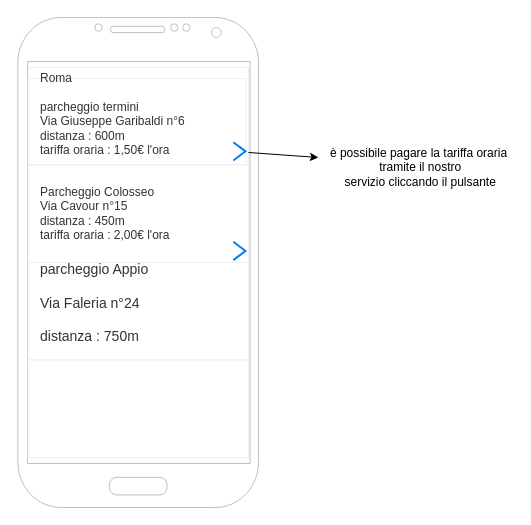
Before: Wireframe.drawio in Marcociocci/2020-21-webdesign-verifica, a draw.io diagram. Source tidied: cells renumbered, new cells numbered last; positions are measured from the earlier drawing's top-left corner, leaving out a move shared by most shapes. Both pictures are drawn from the tidied source at 100%, with x=0, y=0 at pixel (17, 17).
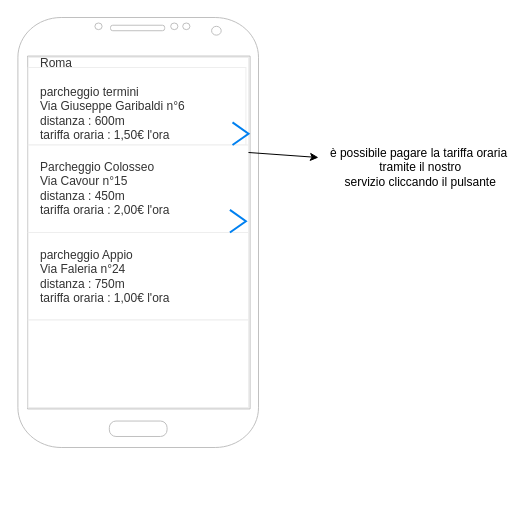
The same page after the edit.

Change to the diagram source:
```diff
@@
 <mxGraphModel>
   <root>
     <mxCell id="0" />
     <mxCell id="1" parent="0" />
     <mxCell id="2" style="verticalLabelPosition=bottom;verticalAlign=top;html=1;shadow=0;dashed=0;strokeWidth=1;shape=mxgraph.android.phone2;strokeColor=#c0c0c0;" parent="1" vertex="1">
-      <mxGeometry x="0.4" width="240.6" height="490" as="geometry" />
+      <mxGeometry x="0.4" width="240.6" height="430" as="geometry" />
     </mxCell>
     <mxCell id="3" style="strokeWidth=1;html=1;shadow=0;dashed=0;shape=mxgraph.android.rrect;rSize=0;strokeColor=#eeeeee;fillColor=#ffffff;gradientColor=none;" parent="1" vertex="1">
-      <mxGeometry x="10.7" y="50" width="220.3" height="390" as="geometry" />
+      <mxGeometry x="10.7" y="40" width="220.3" height="350" as="geometry" />
     </mxCell>
     <mxCell id="4" value="&lt;font style=&quot;font-size: 12px&quot;&gt;Roma&lt;br&gt;&lt;br&gt;parcheggio termini&lt;br&gt;Via Giuseppe Garibaldi n°6&lt;br&gt;distanza : 600m&lt;br&gt;tariffa oraria : 1,50€ l'ora&amp;nbsp;&lt;br&gt;&lt;br&gt;&lt;/font&gt;" style="strokeColor=inherit;fillColor=inherit;gradientColor=inherit;strokeWidth=1;html=1;shadow=0;dashed=0;shape=mxgraph.android.rrect;rSize=0;align=left;spacingLeft=10;fontSize=8;fontColor=#333333;" parent="3" vertex="1">
-      <mxGeometry y="11.1" width="217.7" height="86.4" as="geometry" />
+      <mxGeometry y="10" width="217.7" height="77.5" as="geometry" />
     </mxCell>
     <mxCell id="5" value="&lt;font style=&quot;font-size: 12px&quot;&gt;Parcheggio Colosseo&lt;br&gt;Via Cavour n°15&lt;br&gt;distanza : 450m&lt;br&gt;tariffa oraria : 2,00€ l'ora&lt;br&gt;&lt;/font&gt;" style="strokeColor=inherit;fillColor=inherit;gradientColor=inherit;strokeWidth=1;html=1;shadow=0;dashed=0;shape=mxgraph.android.rrect;rSize=0;align=left;spacingLeft=10;fontSize=8;fontColor=#333333;" parent="3" vertex="1">
-      <mxGeometry y="97.5" width="220.3" height="97.5" as="geometry" />
+      <mxGeometry y="87.5" width="220.3" height="87.5" as="geometry" />
     </mxCell>
-    <mxCell id="6" value="&lt;font style=&quot;font-size: 14px&quot;&gt;parcheggio Appio&lt;br&gt;&lt;br&gt;Via Faleria n°24&lt;br&gt;&lt;br&gt;distanza : 750m&lt;br&gt;&lt;br&gt;&lt;/font&gt;" style="strokeColor=inherit;fillColor=inherit;gradientColor=inherit;strokeWidth=1;html=1;shadow=0;dashed=0;shape=mxgraph.android.rrect;rSize=0;align=left;spacingLeft=10;fontSize=8;fontColor=#333333;" parent="3" vertex="1">
-      <mxGeometry y="195" width="220.3" height="97.5" as="geometry" />
+    <mxCell id="6" value="&lt;font&gt;&lt;font style=&quot;font-size: 12px&quot;&gt;parcheggio Appio&lt;br&gt;Via Faleria n°24&lt;br&gt;distanza : 750m&lt;br&gt;&lt;/font&gt;&lt;font style=&quot;font-size: 12px&quot;&gt;tariffa oraria : 1,00€ l'ora&lt;/font&gt;&lt;br&gt;&lt;/font&gt;" style="strokeColor=inherit;fillColor=inherit;gradientColor=inherit;strokeWidth=1;html=1;shadow=0;dashed=0;shape=mxgraph.android.rrect;rSize=0;align=left;spacingLeft=10;fontSize=8;fontColor=#333333;" parent="3" vertex="1">
+      <mxGeometry y="175" width="220.3" height="87.5" as="geometry" />
     </mxCell>
     <mxCell id="7" value="&lt;font style=&quot;font-size: 14px&quot;&gt;&lt;br&gt;&lt;/font&gt;" style="strokeColor=inherit;fillColor=inherit;gradientColor=inherit;strokeWidth=1;html=1;shadow=0;dashed=0;shape=mxgraph.android.rrect;rSize=0;align=left;spacingLeft=10;fontSize=8;fontColor=#333333;" parent="3" vertex="1">
-      <mxGeometry y="292.5" width="220.3" height="97.5" as="geometry" />
+      <mxGeometry y="262.5" width="220.3" height="87.5" as="geometry" />
     </mxCell>
-    <mxCell id="8" style="html=1;verticalLabelPosition=bottom;labelBackgroundColor=#ffffff;verticalAlign=top;shadow=0;dashed=0;strokeWidth=2;shape=mxgraph.ios7.misc.right;strokeColor=#0080f0;" parent="3" vertex="1">
-      <mxGeometry x="205.1" y="74.7" width="12.2" height="18.3" as="geometry" />
-    </mxCell>
-    <mxCell id="9" style="html=1;verticalLabelPosition=bottom;labelBackgroundColor=#ffffff;verticalAlign=top;shadow=0;dashed=0;strokeWidth=2;shape=mxgraph.ios7.misc.right;strokeColor=#0080f0;" parent="3" vertex="1">
-      <mxGeometry x="205.1" y="174.3" width="12.2" height="18.3" as="geometry" />
-    </mxCell>
+    <mxCell id="12" style="html=1;verticalLabelPosition=bottom;labelBackgroundColor=#ffffff;verticalAlign=top;shadow=0;dashed=0;strokeWidth=2;shape=mxgraph.ios7.misc.right;strokeColor=#0080f0;" parent="3" vertex="1">
+      <mxGeometry x="204.3" y="64.9" width="16" height="22.6" as="geometry" />
+    </mxCell>
+    <mxCell id="13" style="html=1;verticalLabelPosition=bottom;labelBackgroundColor=#ffffff;verticalAlign=top;shadow=0;dashed=0;strokeWidth=2;shape=mxgraph.ios7.misc.right;strokeColor=#0080f0;" parent="3" vertex="1">
+      <mxGeometry x="201.7" y="152.4" width="16" height="22.6" as="geometry" />
+    </mxCell>
     <mxCell id="10" value="è possibile pagare la tariffa oraria&lt;br&gt;&amp;nbsp;tramite il nostro&lt;br&gt;&amp;nbsp;servizio cliccando il pulsante" style="text;html=1;align=center;verticalAlign=middle;" parent="1" vertex="1">
       <mxGeometry x="306" y="125" width="190" height="50" as="geometry" />
     </mxCell>
     <mxCell id="11" style="endArrow=classic;html=1;" parent="1" edge="1">
       <mxGeometry relative="1" as="geometry">
         <mxPoint x="231" y="135" as="sourcePoint" />
         <mxPoint x="301" y="140" as="targetPoint" />
       </mxGeometry>
     </mxCell>
   </root>
 </mxGraphModel>
```
